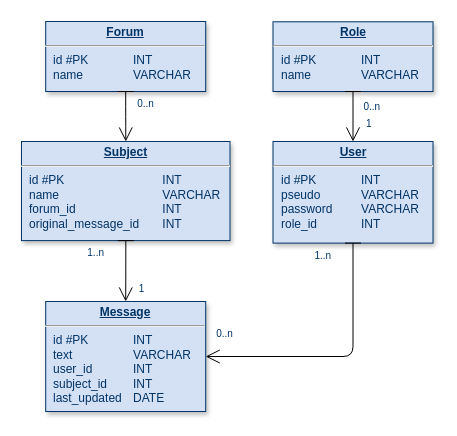
Before: database.drawio in Timeuh/Forum, a draw.io diagram. Source tidied: cells renumbered, new cells numbered last; positions are measured from the earlier drawing's top-left corner, leaving out a move shared by most shapes. Both pictures are drawn from the tidied source at 100%, with x=0, y=0 at pixel (21, 21).
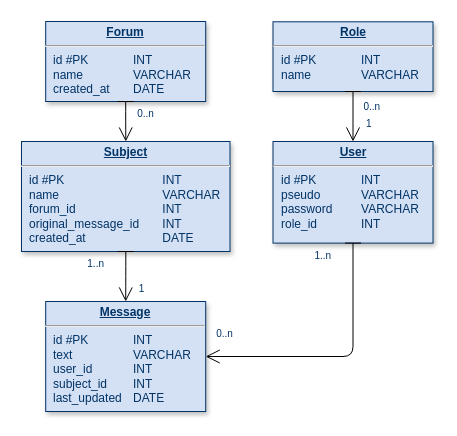
The same diagram, later.

Commit message:
:memo: add creation date for subject and forum tables

What changed in the source:
```diff
@@
-    <mxCell id="2" value="&lt;p style=&quot;margin: 0px; margin-top: 4px; text-align: center; text-decoration: underline;&quot;&gt;&lt;strong&gt;Forum&lt;/strong&gt;&lt;/p&gt;&lt;hr&gt;&lt;p style=&quot;margin: 0px; margin-left: 8px;&quot;&gt;id #PK&amp;nbsp;&lt;span style=&quot;white-space: pre;&quot;&gt;&#9;&lt;/span&gt;&lt;span style=&quot;white-space: pre;&quot;&gt;&#9;&lt;/span&gt;INT&lt;/p&gt;&lt;p style=&quot;margin: 0px; margin-left: 8px;&quot;&gt;name&lt;span style=&quot;white-space: pre;&quot;&gt;&#9;&lt;/span&gt;&lt;span style=&quot;white-space: pre;&quot;&gt;&#9;&lt;/span&gt;VARCHAR&lt;/p&gt;" style="verticalAlign=top;align=left;overflow=fill;fontSize=12;fontFamily=Helvetica;html=1;strokeColor=#003366;shadow=1;fillColor=#D4E1F5;fontColor=#003366;" parent="1" vertex="1">
-      <mxGeometry x="24.2" width="160" height="70" as="geometry" />
+    <mxCell id="2" value="&lt;p style=&quot;margin: 0px; margin-top: 4px; text-align: center; text-decoration: underline;&quot;&gt;&lt;strong&gt;Forum&lt;/strong&gt;&lt;/p&gt;&lt;hr&gt;&lt;p style=&quot;margin: 0px; margin-left: 8px;&quot;&gt;id #PK&amp;nbsp;&lt;span style=&quot;white-space: pre;&quot;&gt;&#9;&lt;/span&gt;&lt;span style=&quot;white-space: pre;&quot;&gt;&#9;&lt;/span&gt;INT&lt;/p&gt;&lt;p style=&quot;margin: 0px; margin-left: 8px;&quot;&gt;name&lt;span style=&quot;white-space: pre;&quot;&gt;&#9;&lt;/span&gt;&lt;span style=&quot;white-space: pre;&quot;&gt;&#9;&lt;/span&gt;VARCHAR&lt;/p&gt;&lt;p style=&quot;margin: 0px; margin-left: 8px;&quot;&gt;created_at&lt;span style=&quot;white-space: pre;&quot;&gt;&#9;&lt;/span&gt;DATE&lt;/p&gt;" style="verticalAlign=top;align=left;overflow=fill;fontSize=12;fontFamily=Helvetica;html=1;strokeColor=#003366;shadow=1;fillColor=#D4E1F5;fontColor=#003366;" parent="1" vertex="1">
+      <mxGeometry x="24.2" width="160" height="80" as="geometry" />
     </mxCell>
-    <mxCell id="3" value="&lt;p style=&quot;margin: 0px; margin-top: 4px; text-align: center; text-decoration: underline;&quot;&gt;&lt;b&gt;Subject&lt;/b&gt;&lt;/p&gt;&lt;hr&gt;&lt;p style=&quot;margin: 0px 0px 0px 8px;&quot;&gt;id #PK&amp;nbsp;&lt;span style=&quot;white-space-collapse: preserve;&quot;&gt;&#9;&lt;/span&gt;&lt;span style=&quot;white-space-collapse: preserve;&quot;&gt;&#9;&lt;span style=&quot;white-space: pre;&quot;&gt;&#9;&lt;/span&gt;&lt;span style=&quot;white-space: pre;&quot;&gt;&#9;&lt;/span&gt;&lt;/span&gt;INT&lt;/p&gt;&lt;p style=&quot;margin: 0px 0px 0px 8px;&quot;&gt;name&lt;span style=&quot;white-space-collapse: preserve;&quot;&gt;&#9;&lt;/span&gt;&lt;span style=&quot;white-space-collapse: preserve;&quot;&gt;&#9;&lt;span style=&quot;white-space: pre;&quot;&gt;&#9;&lt;/span&gt;&lt;span style=&quot;white-space: pre;&quot;&gt;&#9;&lt;/span&gt;&lt;/span&gt;VARCHAR&lt;/p&gt;&lt;p style=&quot;margin: 0px 0px 0px 8px;&quot;&gt;forum_id&lt;span style=&quot;white-space: pre;&quot;&gt;&#9;&lt;/span&gt;&lt;span style=&quot;white-space: pre;&quot;&gt;&#9;&lt;span style=&quot;white-space: pre;&quot;&gt;&#9;&lt;/span&gt;&lt;span style=&quot;white-space: pre;&quot;&gt;&#9;&lt;/span&gt;&lt;/span&gt;INT&lt;/p&gt;&lt;p style=&quot;margin: 0px 0px 0px 8px;&quot;&gt;original_message_id &lt;span style=&quot;white-space: pre;&quot;&gt;&#9;&lt;/span&gt;INT&lt;/p&gt;" style="verticalAlign=top;align=left;overflow=fill;fontSize=12;fontFamily=Helvetica;html=1;strokeColor=#003366;shadow=1;fillColor=#D4E1F5;fontColor=#003366;" parent="1" vertex="1">
-      <mxGeometry y="120" width="208.5" height="99.1" as="geometry" />
+    <mxCell id="3" value="&lt;p style=&quot;margin: 0px; margin-top: 4px; text-align: center; text-decoration: underline;&quot;&gt;&lt;b&gt;Subject&lt;/b&gt;&lt;/p&gt;&lt;hr&gt;&lt;p style=&quot;margin: 0px 0px 0px 8px;&quot;&gt;id #PK&amp;nbsp;&lt;span style=&quot;white-space-collapse: preserve;&quot;&gt;&#9;&lt;/span&gt;&lt;span style=&quot;white-space-collapse: preserve;&quot;&gt;&#9;&lt;span style=&quot;white-space: pre;&quot;&gt;&#9;&lt;/span&gt;&lt;span style=&quot;white-space: pre;&quot;&gt;&#9;&lt;/span&gt;&lt;/span&gt;INT&lt;/p&gt;&lt;p style=&quot;margin: 0px 0px 0px 8px;&quot;&gt;name&lt;span style=&quot;white-space-collapse: preserve;&quot;&gt;&#9;&lt;/span&gt;&lt;span style=&quot;white-space-collapse: preserve;&quot;&gt;&#9;&lt;span style=&quot;white-space: pre;&quot;&gt;&#9;&lt;/span&gt;&lt;span style=&quot;white-space: pre;&quot;&gt;&#9;&lt;/span&gt;&lt;/span&gt;VARCHAR&lt;/p&gt;&lt;p style=&quot;margin: 0px 0px 0px 8px;&quot;&gt;forum_id&lt;span style=&quot;white-space: pre;&quot;&gt;&#9;&lt;/span&gt;&lt;span style=&quot;white-space: pre;&quot;&gt;&#9;&lt;span style=&quot;white-space: pre;&quot;&gt;&#9;&lt;/span&gt;&lt;span style=&quot;white-space: pre;&quot;&gt;&#9;&lt;/span&gt;&lt;/span&gt;INT&lt;/p&gt;&lt;p style=&quot;margin: 0px 0px 0px 8px;&quot;&gt;original_message_id &lt;span style=&quot;white-space: pre;&quot;&gt;&#9;&lt;/span&gt;INT&lt;/p&gt;&lt;p style=&quot;margin: 0px 0px 0px 8px;&quot;&gt;created_at&lt;span style=&quot;white-space: pre;&quot;&gt;&#9;&lt;/span&gt;&lt;span style=&quot;white-space: pre;&quot;&gt;&#9;&lt;/span&gt;&lt;span style=&quot;white-space: pre;&quot;&gt;&#9;&lt;/span&gt;DATE&lt;/p&gt;" style="verticalAlign=top;align=left;overflow=fill;fontSize=12;fontFamily=Helvetica;html=1;strokeColor=#003366;shadow=1;fillColor=#D4E1F5;fontColor=#003366;" parent="1" vertex="1">
+      <mxGeometry y="120" width="208.5" height="110" as="geometry" />
     </mxCell>
```
